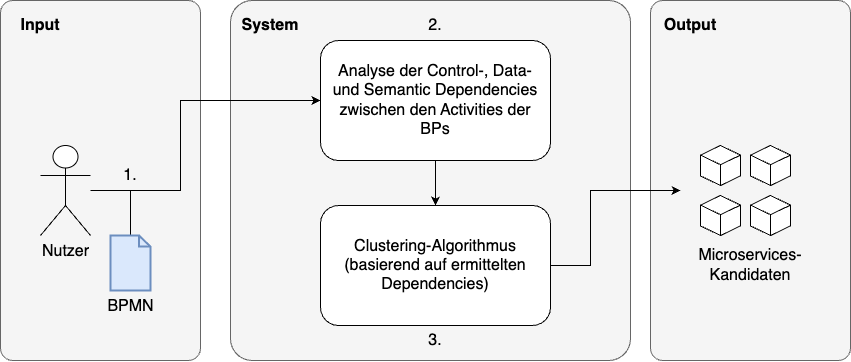
Above: graphics/verfahren1-übersicht.drawio.png in axherrm/bachelorarbeit (draw.io), before the change. Source tidied: cells renumbered, new cells last; positions are measured from the earlier drawing's top-left corner, leaving out a move shared by most shapes.
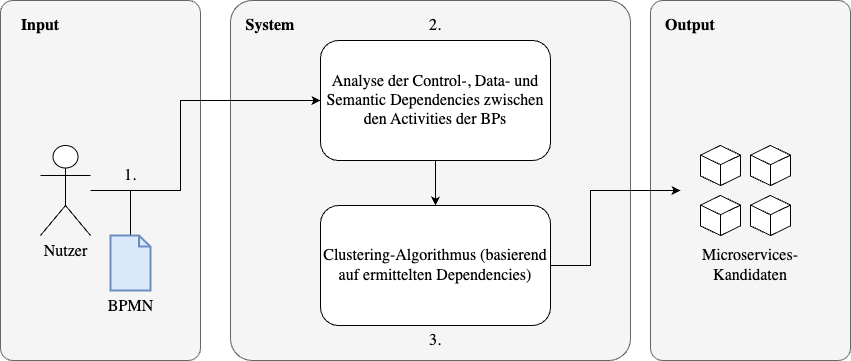
The same diagram one commit later.

Diff of the diagram source:
```diff
@@ -2,22 +2,22 @@
   <root>
     <mxCell id="0" />
     <mxCell id="1" parent="0" />
-    <mxCell id="2" style="rounded=1;whiteSpace=wrap;html=1;arcSize=6;fillColor=#f5f5f5;fontColor=#333333;strokeColor=#666666;" parent="1" vertex="1">
+    <mxCell id="2" style="rounded=1;whiteSpace=wrap;html=1;arcSize=6;fillColor=#f5f5f5;fontColor=#333333;strokeColor=#666666;fontFamily=TeX Gyre Termes;" parent="1" vertex="1">
       <mxGeometry x="650" width="200" height="360" as="geometry" />
     </mxCell>
-    <mxCell id="3" style="rounded=1;whiteSpace=wrap;html=1;arcSize=6;fillColor=#f5f5f5;fontColor=#333333;strokeColor=#666666;" parent="1" vertex="1">
+    <mxCell id="3" style="rounded=1;whiteSpace=wrap;html=1;arcSize=6;fillColor=#f5f5f5;fontColor=#333333;strokeColor=#666666;fontFamily=TeX Gyre Termes;" parent="1" vertex="1">
       <mxGeometry width="200" height="360" as="geometry" />
     </mxCell>
-    <mxCell id="4" style="rounded=1;whiteSpace=wrap;html=1;arcSize=6;fillColor=#f5f5f5;fontColor=#333333;strokeColor=#666666;" parent="1" vertex="1">
+    <mxCell id="4" style="rounded=1;whiteSpace=wrap;html=1;arcSize=6;fillColor=#f5f5f5;fontColor=#333333;strokeColor=#666666;fontFamily=TeX Gyre Termes;" parent="1" vertex="1">
       <mxGeometry x="230" width="400" height="360" as="geometry" />
     </mxCell>
-    <mxCell id="5" style="edgeStyle=orthogonalEdgeStyle;rounded=0;jettySize=auto;html=1;" parent="1" edge="1" source="6" target="12">
+    <mxCell id="5" style="edgeStyle=orthogonalEdgeStyle;rounded=0;jettySize=auto;html=1;fontFamily=TeX Gyre Termes;" parent="1" edge="1" source="6" target="12">
       <mxGeometry relative="1" as="geometry" />
     </mxCell>
-    <mxCell id="6" value="Analyse der Control-, Data- und Semantic Dependencies zwischen den Activities der BPs" style="rounded=1;whiteSpace=wrap;html=1;fontSize=16;perimeterSpacing=0;spacing=4;" parent="1" vertex="1">
+    <mxCell id="6" value="Analyse der Control-, Data- und Semantic Dependencies zwischen den Activities der BPs" style="rounded=1;whiteSpace=wrap;html=1;fontSize=16;perimeterSpacing=0;spacing=4;fontFamily=TeX Gyre Termes;" parent="1" vertex="1">
       <mxGeometry x="320" y="40" width="230" height="120" as="geometry" />
     </mxCell>
-    <mxCell id="7" style="edgeStyle=orthogonalEdgeStyle;rounded=0;jettySize=auto;html=1;" parent="1" edge="1" source="8" target="6">
+    <mxCell id="7" style="edgeStyle=orthogonalEdgeStyle;rounded=0;jettySize=auto;html=1;fontFamily=TeX Gyre Termes;" parent="1" edge="1" source="8" target="6">
       <mxGeometry relative="1" as="geometry">
         <Array as="points">
           <mxPoint x="180" y="190" />
@@ -25,10 +25,10 @@
         </Array>
       </mxGeometry>
     </mxCell>
-    <mxCell id="8" value="Nutzer" style="shape=umlActor;verticalLabelPosition=bottom;verticalAlign=top;html=1;outlineConnect=0;fontSize=16;" parent="1" vertex="1">
+    <mxCell id="8" value="Nutzer" style="shape=umlActor;verticalLabelPosition=bottom;verticalAlign=top;html=1;outlineConnect=0;fontSize=16;fontFamily=TeX Gyre Termes;" parent="1" vertex="1">
       <mxGeometry x="40" y="145" width="50" height="90" as="geometry" />
     </mxCell>
-    <mxCell id="9" style="edgeStyle=orthogonalEdgeStyle;rounded=0;jettySize=auto;html=1;" parent="1" edge="1" source="10" target="6">
+    <mxCell id="9" style="edgeStyle=orthogonalEdgeStyle;rounded=0;jettySize=auto;html=1;fontFamily=TeX Gyre Termes;" parent="1" edge="1" source="10" target="6">
       <mxGeometry relative="1" as="geometry">
         <Array as="points">
           <mxPoint x="130" y="190" />
@@ -37,10 +37,10 @@
         </Array>
       </mxGeometry>
     </mxCell>
-    <mxCell id="10" value="BPMN" style="html=1;verticalLabelPosition=bottom;align=center;labelBackgroundColor=none;verticalAlign=top;strokeWidth=2;strokeColor=#6c8ebf;shadow=0;dashed=0;shape=mxgraph.ios7.icons.document;fontSize=16;fillColor=#dae8fc;" parent="1" vertex="1">
+    <mxCell id="10" value="BPMN" style="html=1;verticalLabelPosition=bottom;align=center;labelBackgroundColor=none;verticalAlign=top;strokeWidth=2;strokeColor=#6c8ebf;shadow=0;dashed=0;shape=mxgraph.ios7.icons.document;fontSize=16;fillColor=#dae8fc;fontFamily=TeX Gyre Termes;" parent="1" vertex="1">
       <mxGeometry x="110" y="235" width="40" height="55" as="geometry" />
     </mxCell>
-    <mxCell id="11" style="edgeStyle=orthogonalEdgeStyle;rounded=0;jettySize=auto;html=1;" parent="1" edge="1" source="12">
+    <mxCell id="11" style="edgeStyle=orthogonalEdgeStyle;rounded=0;jettySize=auto;html=1;fontFamily=TeX Gyre Termes;" parent="1" edge="1" source="12">
       <mxGeometry relative="1" as="geometry">
         <mxPoint x="680" y="190" as="targetPoint" />
         <Array as="points">
@@ -49,43 +49,43 @@
         </Array>
       </mxGeometry>
     </mxCell>
-    <mxCell id="12" value="Clustering-Algorithmus (basierend auf ermittelten Dependencies)" style="whiteSpace=wrap;html=1;rounded=1;fontSize=16;" parent="1" vertex="1">
+    <mxCell id="12" value="Clustering-Algorithmus (basierend auf ermittelten Dependencies)" style="whiteSpace=wrap;html=1;rounded=1;fontSize=16;fontFamily=TeX Gyre Termes;" parent="1" vertex="1">
       <mxGeometry x="320" y="205" width="230" height="120" as="geometry" />
     </mxCell>
-    <mxCell id="13" value="Microservices-Kandidaten" style="text;html=1;align=center;verticalAlign=middle;whiteSpace=wrap;rounded=0;fontSize=16;" parent="1" vertex="1">
+    <mxCell id="13" value="Microservices-Kandidaten" style="text;html=1;align=center;verticalAlign=middle;whiteSpace=wrap;rounded=0;fontSize=16;fontFamily=TeX Gyre Termes;" parent="1" vertex="1">
       <mxGeometry x="700" y="250" width="100" height="30" as="geometry" />
     </mxCell>
-    <mxCell id="14" value="System" style="text;html=1;align=center;verticalAlign=middle;whiteSpace=wrap;rounded=0;fontSize=16;fontStyle=1;" parent="1" vertex="1">
+    <mxCell id="14" value="System" style="text;html=1;align=center;verticalAlign=middle;whiteSpace=wrap;rounded=0;fontSize=16;fontStyle=1;fontFamily=TeX Gyre Termes;" parent="1" vertex="1">
       <mxGeometry x="240" y="10" width="60" height="30" as="geometry" />
     </mxCell>
-    <mxCell id="15" style="group;" parent="1" vertex="1">
+    <mxCell id="15" style="group;fontFamily=TeX Gyre Termes;" parent="1" vertex="1">
       <mxGeometry x="700" y="145" width="90" height="90" as="geometry" />
     </mxCell>
-    <mxCell id="16" style="html=1;whiteSpace=wrap;shape=isoCube2;backgroundOutline=1;isoAngle=15;" parent="15" vertex="1">
+    <mxCell id="16" style="html=1;whiteSpace=wrap;shape=isoCube2;backgroundOutline=1;isoAngle=15;fontFamily=TeX Gyre Termes;" parent="15" vertex="1">
       <mxGeometry width="40" height="40" as="geometry" />
     </mxCell>
-    <mxCell id="17" style="html=1;whiteSpace=wrap;shape=isoCube2;backgroundOutline=1;isoAngle=15;" parent="15" vertex="1">
+    <mxCell id="17" style="html=1;whiteSpace=wrap;shape=isoCube2;backgroundOutline=1;isoAngle=15;fontFamily=TeX Gyre Termes;" parent="15" vertex="1">
       <mxGeometry x="50" width="40" height="40" as="geometry" />
     </mxCell>
-    <mxCell id="18" style="html=1;whiteSpace=wrap;shape=isoCube2;backgroundOutline=1;isoAngle=15;" parent="15" vertex="1">
+    <mxCell id="18" style="html=1;whiteSpace=wrap;shape=isoCube2;backgroundOutline=1;isoAngle=15;fontFamily=TeX Gyre Termes;" parent="15" vertex="1">
       <mxGeometry y="50" width="40" height="40" as="geometry" />
     </mxCell>
-    <mxCell id="19" style="html=1;whiteSpace=wrap;shape=isoCube2;backgroundOutline=1;isoAngle=15;" parent="15" vertex="1">
+    <mxCell id="19" style="html=1;whiteSpace=wrap;shape=isoCube2;backgroundOutline=1;isoAngle=15;fontFamily=TeX Gyre Termes;" parent="15" vertex="1">
       <mxGeometry x="50" y="50" width="40" height="40" as="geometry" />
     </mxCell>
-    <mxCell id="20" value="Input" style="text;html=1;align=center;verticalAlign=middle;whiteSpace=wrap;rounded=0;fontSize=16;fontStyle=1;" parent="1" vertex="1">
+    <mxCell id="20" value="Input" style="text;html=1;align=center;verticalAlign=middle;whiteSpace=wrap;rounded=0;fontSize=16;fontStyle=1;fontFamily=TeX Gyre Termes;" parent="1" vertex="1">
       <mxGeometry x="10" y="10" width="60" height="30" as="geometry" />
     </mxCell>
-    <mxCell id="21" value="Output" style="text;html=1;align=center;verticalAlign=middle;whiteSpace=wrap;rounded=0;fontSize=16;fontStyle=1;" parent="1" vertex="1">
+    <mxCell id="21" value="Output" style="text;html=1;align=center;verticalAlign=middle;whiteSpace=wrap;rounded=0;fontSize=16;fontStyle=1;fontFamily=TeX Gyre Termes;" parent="1" vertex="1">
       <mxGeometry x="660" y="10" width="60" height="30" as="geometry" />
     </mxCell>
-    <mxCell id="22" value="1." style="text;html=1;align=center;verticalAlign=middle;whiteSpace=wrap;rounded=0;fontSize=16;" parent="1" vertex="1">
+    <mxCell id="22" value="1." style="text;html=1;align=center;verticalAlign=middle;whiteSpace=wrap;rounded=0;fontSize=16;fontFamily=TeX Gyre Termes;" parent="1" vertex="1">
       <mxGeometry x="100" y="160" width="60" height="30" as="geometry" />
     </mxCell>
-    <mxCell id="23" value="2." style="text;html=1;align=center;verticalAlign=middle;whiteSpace=wrap;rounded=0;fontSize=16;" parent="1" vertex="1">
+    <mxCell id="23" value="2." style="text;html=1;align=center;verticalAlign=middle;whiteSpace=wrap;rounded=0;fontSize=16;fontFamily=TeX Gyre Termes;" parent="1" vertex="1">
       <mxGeometry x="405" y="10" width="60" height="30" as="geometry" />
     </mxCell>
-    <mxCell id="24" value="3." style="text;html=1;align=center;verticalAlign=middle;whiteSpace=wrap;rounded=0;fontSize=16;" parent="1" vertex="1">
+    <mxCell id="24" value="3." style="text;html=1;align=center;verticalAlign=middle;whiteSpace=wrap;rounded=0;fontSize=16;fontFamily=TeX Gyre Termes;" parent="1" vertex="1">
       <mxGeometry x="405" y="325" width="60" height="30" as="geometry" />
     </mxCell>
   </root>
```
